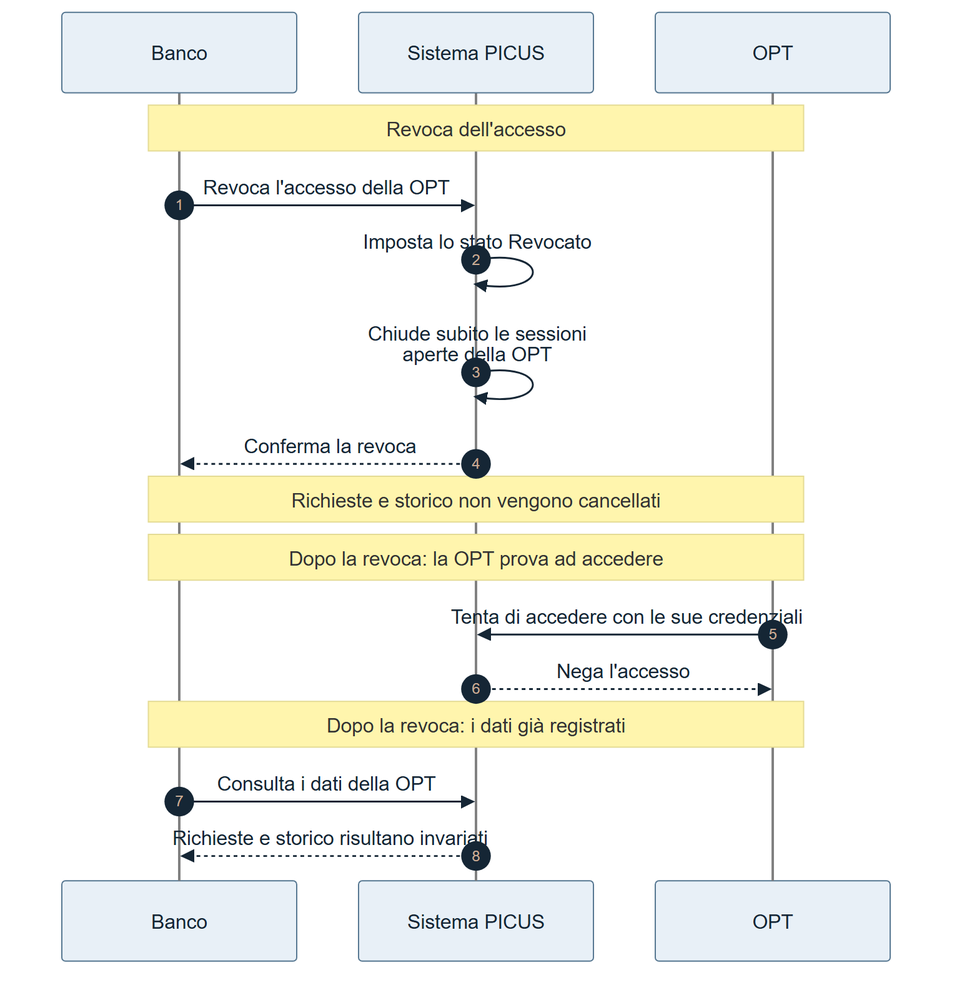
Earlier version of the Mermaid export docs/requirements/diagrams/iam/IAM-26-revoca-opt.png (Pinguini-alla-Fragola/Progetto-SAD). Its source is kept beside it as docs/requirements/diagrams/iam/IAM-26-revoca-opt.mmd.
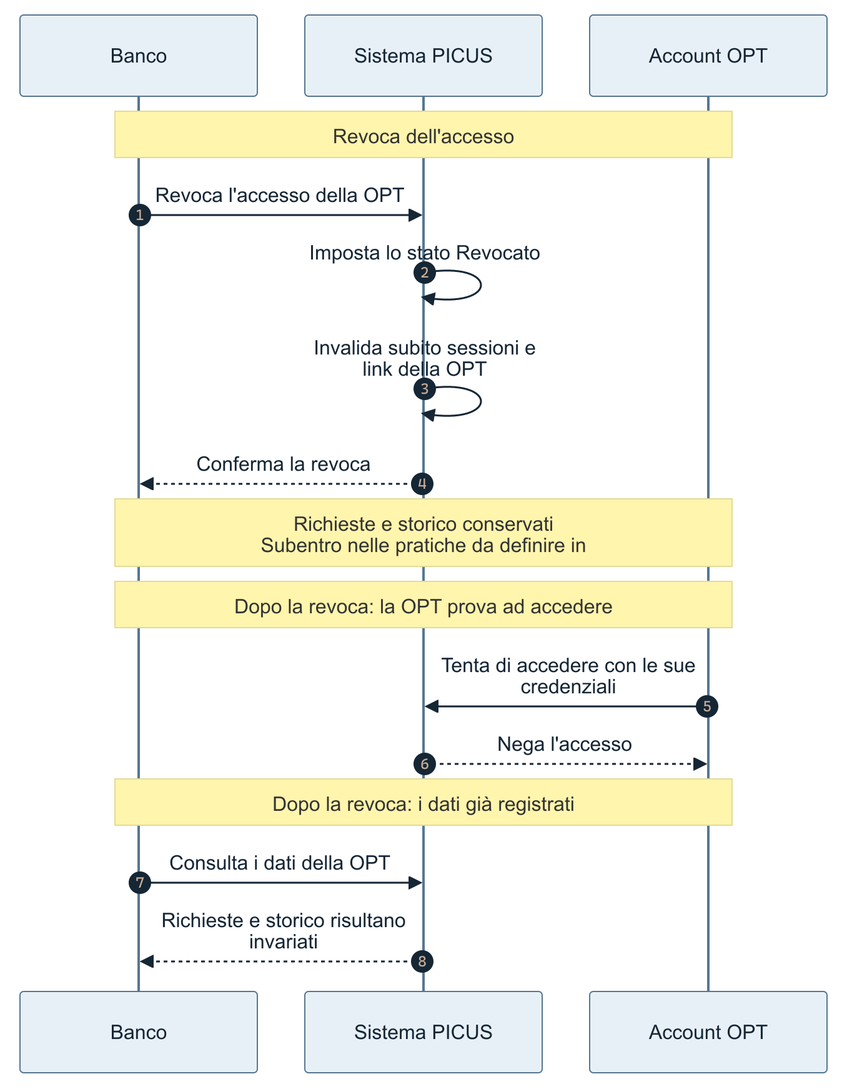
After the change.

Change to the diagram source:
```diff
@@ -2,14 +2,14 @@
     autonumber
     participant B as Banco
     participant S as Sistema PICUS
-    participant O as OPT
+    participant O as Account OPT
 
     Note over B,O: Revoca dell'accesso
     B->>S: Revoca l'accesso della OPT
     S->>S: Imposta lo stato Revocato
-    S->>S: Chiude subito le sessioni aperte della OPT
+    S->>S: Invalida subito sessioni e link della OPT
     S-->>B: Conferma la revoca
-    Note over B,O: Richieste e storico non vengono cancellati
+    Note over B,O: Richieste e storico conservati<br/>Subentro nelle pratiche da definire in #67
     Note over B,O: Dopo la revoca: la OPT prova ad accedere
     O->>S: Tenta di accedere con le sue credenziali
     S-->>O: Nega l'accesso
```
